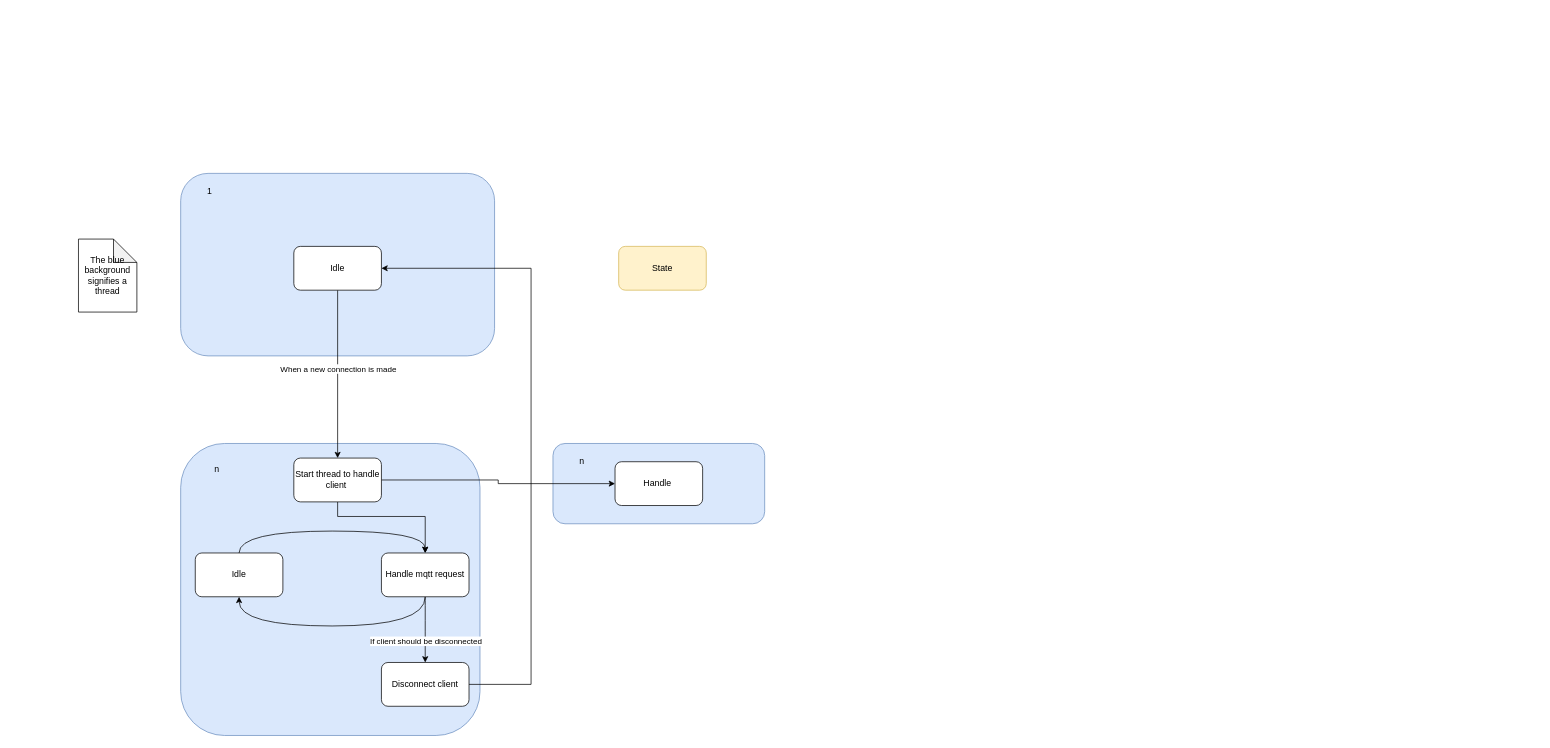
Above: Docs/StateDiagram.drawio in DanielVuust/mqtt_broker (draw.io), before the change. Source tidied: cells renumbered, new cells numbered last; positions are measured from the earlier drawing's top-left corner, leaving out a move shared by most shapes. Both pictures are drawn from the tidied source at 73%, with x=0, y=0 at pixel (78, 173).
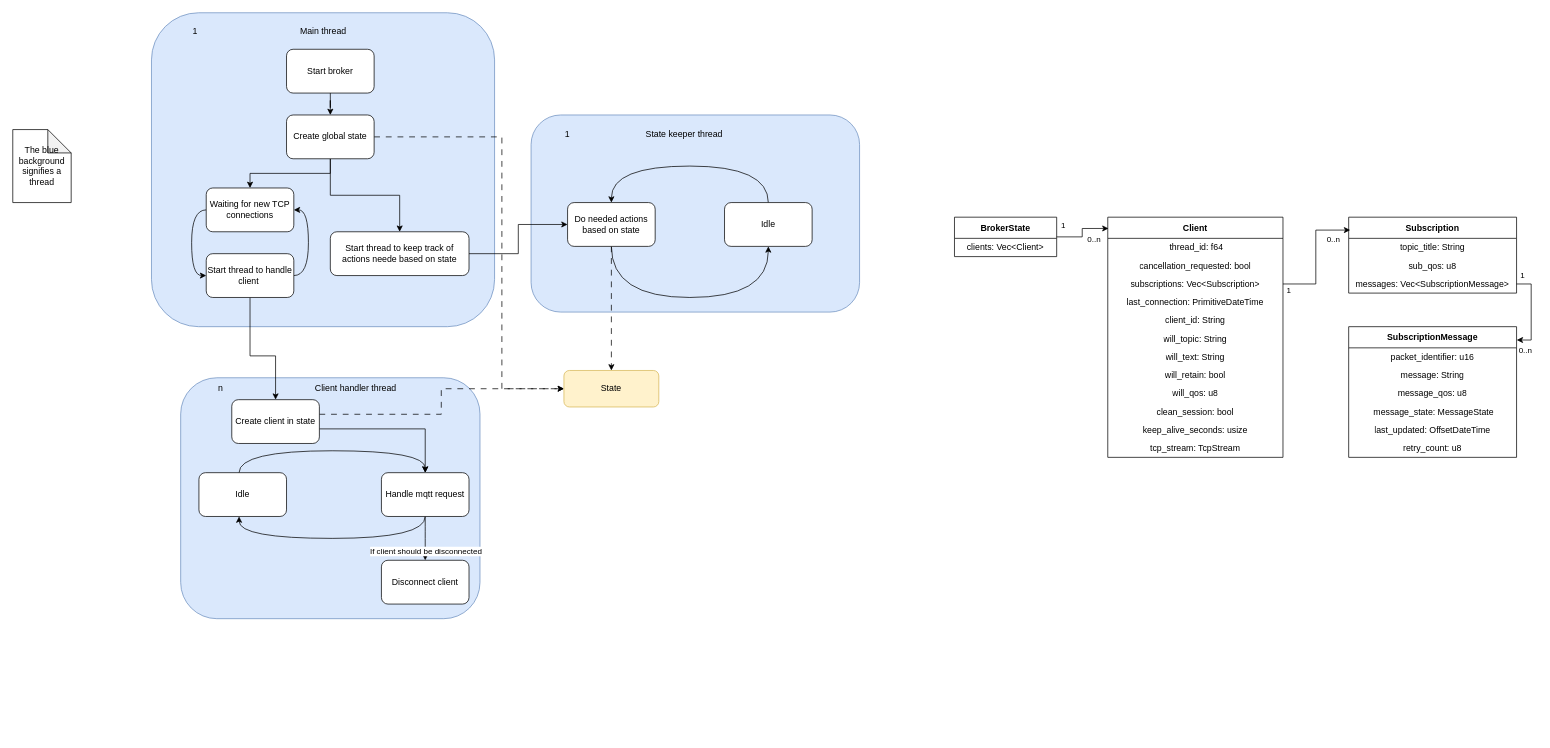
The same diagram, later.

Change to the diagram source:
```diff
@@
     <mxCell id="2" style="rounded=1;whiteSpace=wrap;html=1;fillColor=#dae8fc;strokeColor=#6c8ebf;" parent="1" vertex="1">
-      <mxGeometry x="140" width="430" height="250" as="geometry" />
+      <mxGeometry x="100" y="-220" width="470" height="430" as="geometry" />
     </mxCell>
     <mxCell id="3" style="rounded=1;whiteSpace=wrap;html=1;fillColor=#dae8fc;strokeColor=#6c8ebf;" parent="1" vertex="1">
-      <mxGeometry x="140" y="370" width="410" height="400" as="geometry" />
+      <mxGeometry x="140" y="280" width="410" height="330" as="geometry" />
     </mxCell>
-    <mxCell id="4" style="edgeStyle=orthogonalEdgeStyle;rounded=0;jettySize=auto;html=1;" parent="1" edge="1" source="6" target="19">
-      <mxGeometry relative="1" as="geometry">
-        <Array as="points">
-          <mxPoint x="355" y="130" />
-          <mxPoint x="356" y="130" />
-          <mxPoint x="356" y="160" />
-          <mxPoint x="355" y="160" />
-        </Array>
-      </mxGeometry>
+    <mxCell id="4" style="edgeStyle=orthogonalEdgeStyle;rounded=0;jettySize=auto;html=1;entryX=0;entryY=0.5;entryDx=0;entryDy=0;curved=1;exitX=0;exitY=0.5;exitDx=0;exitDy=0;" parent="1" edge="1" source="6" target="19">
+      <mxGeometry relative="1" as="geometry" />
     </mxCell>
-    <mxCell id="5" value="When a new connection is made" style="edgeLabel;html=1;align=center;verticalAlign=middle;" parent="4" vertex="1">
-      <mxGeometry x="-0.07" relative="1" as="geometry" />
-    </mxCell>
-    <mxCell id="6" value="Idle" style="rounded=1;whiteSpace=wrap;html=1;" parent="1" vertex="1">
-      <mxGeometry x="295" y="100" width="120" height="60" as="geometry" />
+    <mxCell id="6" value="Waiting for new TCP connections" style="rounded=1;whiteSpace=wrap;html=1;" parent="1" vertex="1">
+      <mxGeometry x="175" y="20" width="120" height="60" as="geometry" />
     </mxCell>
-    <mxCell id="7" value="State" style="rounded=1;whiteSpace=wrap;html=1;fillColor=#fff2cc;strokeColor=#d6b656;" parent="1" vertex="1">
-      <mxGeometry x="740" y="100" width="120" height="60" as="geometry" />
-    </mxCell>
     <mxCell id="8" style="rounded=1;whiteSpace=wrap;html=1;fillColor=#dae8fc;strokeColor=#6c8ebf;" parent="1" vertex="1">
-      <mxGeometry x="650" y="370" width="290" height="110" as="geometry" />
+      <mxGeometry x="620" y="-80" width="450" height="270" as="geometry" />
     </mxCell>
     <mxCell id="9" style="edgeStyle=orthogonalEdgeStyle;rounded=0;jettySize=auto;html=1;curved=1;" parent="1" edge="1" source="10" target="15">
       <mxGeometry relative="1" as="geometry">
         <Array as="points">
-          <mxPoint x="220" y="490" />
-          <mxPoint x="475" y="490" />
+          <mxPoint x="220" y="380" />
+          <mxPoint x="475" y="380" />
         </Array>
       </mxGeometry>
     </mxCell>
     <mxCell id="10" value="Idle" style="rounded=1;whiteSpace=wrap;html=1;" parent="1" vertex="1">
-      <mxGeometry x="160" y="520" width="120" height="60" as="geometry" />
+      <mxGeometry x="165" y="410" width="120" height="60" as="geometry" />
     </mxCell>
     <mxCell id="11" value="The blue background signifies a thread&lt;br&gt;" style="shape=note;whiteSpace=wrap;html=1;backgroundOutline=1;darkOpacity=0.05;size=32;" parent="1" vertex="1">
-      <mxGeometry y="90" width="80" height="100" as="geometry" />
+      <mxGeometry x="-90" y="-60" width="80" height="100" as="geometry" />
     </mxCell>
     <mxCell id="12" style="edgeStyle=orthogonalEdgeStyle;rounded=0;jettySize=auto;html=1;curved=1;" parent="1" edge="1" source="15" target="10">
       <mxGeometry relative="1" as="geometry">
         <Array as="points">
-          <mxPoint x="475" y="620" />
-          <mxPoint x="220" y="620" />
+          <mxPoint x="475" y="500" />
+          <mxPoint x="220" y="500" />
         </Array>
       </mxGeometry>
     </mxCell>
@@
     <mxCell id="15" value="Handle mqtt request" style="rounded=1;whiteSpace=wrap;html=1;" parent="1" vertex="1">
-      <mxGeometry x="415" y="520" width="120" height="60" as="geometry" />
+      <mxGeometry x="415" y="410" width="120" height="60" as="geometry" />
     </mxCell>
-    <mxCell id="16" value="Handle&amp;nbsp;" style="rounded=1;whiteSpace=wrap;html=1;" parent="1" vertex="1">
-      <mxGeometry x="735" y="395" width="120" height="60" as="geometry" />
-    </mxCell>
-    <mxCell id="17" style="edgeStyle=orthogonalEdgeStyle;rounded=0;jettySize=auto;html=1;" parent="1" edge="1" source="19" target="15">
-      <mxGeometry relative="1" as="geometry">
-        <Array as="points">
-          <mxPoint x="355" y="470" />
-          <mxPoint x="475" y="470" />
-        </Array>
-      </mxGeometry>
-    </mxCell>
-    <mxCell id="18" style="edgeStyle=orthogonalEdgeStyle;rounded=0;jettySize=auto;html=1;" parent="1" edge="1" source="19" target="16">
-      <mxGeometry relative="1" as="geometry" />
-    </mxCell>
+    <mxCell id="25" style="edgeStyle=orthogonalEdgeStyle;rounded=0;jettySize=auto;html=1;entryX=0.5;entryY=0;entryDx=0;entryDy=0;" parent="1" edge="1" source="19" target="39">
+      <mxGeometry relative="1" as="geometry">
+        <Array as="points">
+          <mxPoint x="235" y="250" />
+          <mxPoint x="270" y="250" />
+        </Array>
+      </mxGeometry>
+    </mxCell>
+    <mxCell id="26" style="edgeStyle=orthogonalEdgeStyle;rounded=0;jettySize=auto;html=1;entryX=1;entryY=0.5;entryDx=0;entryDy=0;curved=1;exitX=1;exitY=0.5;exitDx=0;exitDy=0;" parent="1" edge="1" source="19" target="6">
+      <mxGeometry relative="1" as="geometry" />
+    </mxCell>
     <mxCell id="19" value="Start thread to handle client&amp;nbsp;" style="rounded=1;whiteSpace=wrap;html=1;" parent="1" vertex="1">
-      <mxGeometry x="295" y="390" width="120" height="60" as="geometry" />
+      <mxGeometry x="175" y="110" width="120" height="60" as="geometry" />
     </mxCell>
-    <mxCell id="20" style="edgeStyle=orthogonalEdgeStyle;rounded=0;jettySize=auto;html=1;entryX=1;entryY=0.5;entryDx=0;entryDy=0;" parent="1" edge="1" source="21" target="6">
-      <mxGeometry relative="1" as="geometry">
-        <Array as="points">
-          <mxPoint x="620" y="700" />
-          <mxPoint x="620" y="130" />
-        </Array>
-      </mxGeometry>
-    </mxCell>
     <mxCell id="21" value="Disconnect client" style="rounded=1;whiteSpace=wrap;html=1;" parent="1" vertex="1">
-      <mxGeometry x="415" y="670" width="120" height="60" as="geometry" />
+      <mxGeometry x="415" y="530" width="120" height="60" as="geometry" />
     </mxCell>
     <mxCell id="22" value="1" style="text;html=1;strokeColor=none;fillColor=none;align=center;verticalAlign=middle;whiteSpace=wrap;rounded=0;" parent="1" vertex="1">
-      <mxGeometry x="150" y="10" width="60" height="30" as="geometry" />
+      <mxGeometry x="130" y="-210" width="60" height="30" as="geometry" />
     </mxCell>
     <mxCell id="23" value="n" style="text;html=1;strokeColor=none;fillColor=none;align=center;verticalAlign=middle;whiteSpace=wrap;rounded=0;" parent="1" vertex="1">
-      <mxGeometry x="160" y="390" width="60" height="30" as="geometry" />
+      <mxGeometry x="165" y="280" width="60" height="30" as="geometry" />
     </mxCell>
-    <mxCell id="24" value="n" style="text;html=1;strokeColor=none;fillColor=none;align=center;verticalAlign=middle;whiteSpace=wrap;rounded=0;" parent="1" vertex="1">
-      <mxGeometry x="660" y="380" width="60" height="30" as="geometry" />
-    </mxCell>
+    <mxCell id="27" style="edgeStyle=orthogonalEdgeStyle;rounded=0;jettySize=auto;html=1;" parent="1" edge="1" source="28" target="45">
+      <mxGeometry relative="1" as="geometry" />
+    </mxCell>
+    <mxCell id="28" value="Start broker" style="rounded=1;whiteSpace=wrap;html=1;" parent="1" vertex="1">
+      <mxGeometry x="285" y="-170" width="120" height="60" as="geometry" />
+    </mxCell>
+    <mxCell id="29" value="1" style="text;html=1;strokeColor=none;fillColor=none;align=center;verticalAlign=middle;whiteSpace=wrap;rounded=0;" parent="1" vertex="1">
+      <mxGeometry x="640" y="-69" width="60" height="30" as="geometry" />
+    </mxCell>
+    <mxCell id="30" style="edgeStyle=orthogonalEdgeStyle;rounded=0;jettySize=auto;html=1;entryX=0.5;entryY=1;entryDx=0;entryDy=0;curved=1;exitX=0.5;exitY=1;exitDx=0;exitDy=0;" parent="1" edge="1" source="32" target="34">
+      <mxGeometry relative="1" as="geometry">
+        <Array as="points">
+          <mxPoint x="730" y="170" />
+          <mxPoint x="945" y="170" />
+        </Array>
+      </mxGeometry>
+    </mxCell>
+    <mxCell id="31" style="edgeStyle=orthogonalEdgeStyle;rounded=0;jettySize=auto;html=1;dashed=1;dashPattern=8 8;" parent="1" edge="1" source="32" target="7">
+      <mxGeometry relative="1" as="geometry" />
+    </mxCell>
+    <mxCell id="32" value="Do needed actions based on state" style="rounded=1;whiteSpace=wrap;html=1;" parent="1" vertex="1">
+      <mxGeometry x="670" y="40" width="120" height="60" as="geometry" />
+    </mxCell>
+    <mxCell id="33" style="edgeStyle=orthogonalEdgeStyle;rounded=0;jettySize=auto;html=1;entryX=0.5;entryY=0;entryDx=0;entryDy=0;curved=1;exitX=0.5;exitY=0;exitDx=0;exitDy=0;" parent="1" edge="1" source="34" target="32">
+      <mxGeometry relative="1" as="geometry">
+        <Array as="points">
+          <mxPoint x="945" y="-10" />
+          <mxPoint x="730" y="-10" />
+        </Array>
+      </mxGeometry>
+    </mxCell>
+    <mxCell id="34" value="Idle" style="rounded=1;whiteSpace=wrap;html=1;" parent="1" vertex="1">
+      <mxGeometry x="885" y="40" width="120" height="60" as="geometry" />
+    </mxCell>
+    <mxCell id="35" style="edgeStyle=orthogonalEdgeStyle;rounded=0;jettySize=auto;html=1;" parent="1" edge="1" source="36" target="32">
+      <mxGeometry relative="1" as="geometry" />
+    </mxCell>
+    <mxCell id="36" value="Start thread to keep track of actions neede based on state" style="rounded=1;whiteSpace=wrap;html=1;" parent="1" vertex="1">
+      <mxGeometry x="345" y="80" width="190" height="60" as="geometry" />
+    </mxCell>
+    <mxCell id="37" style="edgeStyle=orthogonalEdgeStyle;rounded=0;jettySize=auto;html=1;dashed=1;dashPattern=8 8;" parent="1" edge="1" source="39" target="7">
+      <mxGeometry relative="1" as="geometry">
+        <Array as="points">
+          <mxPoint x="497" y="330" />
+          <mxPoint x="497" y="295" />
+        </Array>
+      </mxGeometry>
+    </mxCell>
+    <mxCell id="38" style="edgeStyle=orthogonalEdgeStyle;rounded=0;jettySize=auto;html=1;" parent="1" edge="1" source="39" target="15">
+      <mxGeometry relative="1" as="geometry">
+        <Array as="points">
+          <mxPoint x="475" y="350" />
+        </Array>
+      </mxGeometry>
+    </mxCell>
+    <mxCell id="39" value="Create client in state" style="rounded=1;whiteSpace=wrap;html=1;" parent="1" vertex="1">
+      <mxGeometry x="210" y="310" width="120" height="60" as="geometry" />
+    </mxCell>
+    <mxCell id="40" value="Main thread" style="text;html=1;strokeColor=none;fillColor=none;align=center;verticalAlign=middle;whiteSpace=wrap;rounded=0;" parent="1" vertex="1">
+      <mxGeometry x="267.5" y="-210" width="135" height="30" as="geometry" />
+    </mxCell>
+    <mxCell id="41" value="State keeper thread" style="text;html=1;strokeColor=none;fillColor=none;align=center;verticalAlign=middle;whiteSpace=wrap;rounded=0;" parent="1" vertex="1">
+      <mxGeometry x="760" y="-69" width="140" height="30" as="geometry" />
+    </mxCell>
+    <mxCell id="7" value="State" style="rounded=1;whiteSpace=wrap;html=1;fillColor=#fff2cc;strokeColor=#d6b656;" parent="1" vertex="1">
+      <mxGeometry x="665" y="270" width="130" height="50" as="geometry" />
+    </mxCell>
+    <mxCell id="42" style="edgeStyle=orthogonalEdgeStyle;rounded=0;jettySize=auto;html=1;" parent="1" edge="1" source="45" target="6">
+      <mxGeometry relative="1" as="geometry" />
+    </mxCell>
+    <mxCell id="43" style="edgeStyle=orthogonalEdgeStyle;rounded=0;jettySize=auto;html=1;" parent="1" edge="1" source="45" target="36">
+      <mxGeometry relative="1" as="geometry" />
+    </mxCell>
+    <mxCell id="44" style="edgeStyle=orthogonalEdgeStyle;rounded=0;jettySize=auto;html=1;dashed=1;dashPattern=8 8;" parent="1" edge="1" source="45" target="7">
+      <mxGeometry relative="1" as="geometry">
+        <Array as="points">
+          <mxPoint x="580" y="-50" />
+          <mxPoint x="580" y="295" />
+        </Array>
+      </mxGeometry>
+    </mxCell>
+    <mxCell id="45" value="Create global state" style="rounded=1;whiteSpace=wrap;html=1;" parent="1" vertex="1">
+      <mxGeometry x="285" y="-80" width="120" height="60" as="geometry" />
+    </mxCell>
+    <mxCell id="46" value="Client handler thread" style="text;html=1;strokeColor=none;fillColor=none;align=center;verticalAlign=middle;whiteSpace=wrap;rounded=0;" parent="1" vertex="1">
+      <mxGeometry x="320" y="280" width="120" height="30" as="geometry" />
+    </mxCell>
+    <mxCell id="47" value="BrokerState" style="swimlane;fontStyle=1;align=center;verticalAlign=middle;horizontal=1;startSize=29;html=1;whiteSpace=wrap;" parent="1" vertex="1">
+      <mxGeometry x="1200" y="60" width="140" height="54" as="geometry" />
+    </mxCell>
+    <mxCell id="48" value="clients: Vec&amp;lt;Client&amp;gt;" style="text;html=1;strokeColor=none;fillColor=none;align=center;verticalAlign=middle;spacingLeft=4;spacingRight=4;overflow=hidden;whiteSpace=wrap;" parent="47" vertex="1">
+      <mxGeometry y="29" width="140" height="25" as="geometry" />
+    </mxCell>
+    <mxCell id="49" value="Client" style="swimlane;fontStyle=1;align=center;verticalAlign=middle;horizontal=1;startSize=29;html=1;whiteSpace=wrap;" parent="1" vertex="1">
+      <mxGeometry x="1410" y="60" width="240" height="329" as="geometry" />
+    </mxCell>
+    <mxCell id="50" value="&amp;nbsp;thread_id: f64" style="text;html=1;strokeColor=none;fillColor=none;align=center;verticalAlign=middle;spacingLeft=4;spacingRight=4;overflow=hidden;whiteSpace=wrap;" parent="49" vertex="1">
+      <mxGeometry y="29" width="240" height="25" as="geometry" />
+    </mxCell>
+    <mxCell id="51" value="cancellation_requested: bool" style="text;html=1;strokeColor=none;fillColor=none;align=center;verticalAlign=middle;spacingLeft=4;spacingRight=4;overflow=hidden;whiteSpace=wrap;" parent="49" vertex="1">
+      <mxGeometry y="54" width="240" height="25" as="geometry" />
+    </mxCell>
+    <mxCell id="52" value="subscriptions: Vec&amp;lt;Subscription&amp;gt;" style="text;html=1;strokeColor=none;fillColor=none;align=center;verticalAlign=middle;spacingLeft=4;spacingRight=4;overflow=hidden;points=[[0,0.5],[1,0.5]];portConstraint=eastwest;whiteSpace=wrap;" parent="49" vertex="1">
+      <mxGeometry y="79" width="240" height="25" as="geometry" />
+    </mxCell>
+    <mxCell id="53" value="last_connection: PrimitiveDateTime" style="text;html=1;strokeColor=none;fillColor=none;align=center;verticalAlign=middle;spacingLeft=4;spacingRight=4;overflow=hidden;whiteSpace=wrap;" parent="49" vertex="1">
+      <mxGeometry y="104" width="240" height="25" as="geometry" />
+    </mxCell>
+    <mxCell id="54" value="client_id: String" style="text;html=1;strokeColor=none;fillColor=none;align=center;verticalAlign=middle;spacingLeft=4;spacingRight=4;overflow=hidden;whiteSpace=wrap;" parent="49" vertex="1">
+      <mxGeometry y="129" width="240" height="25" as="geometry" />
+    </mxCell>
+    <mxCell id="55" value="will_topic: String" style="text;html=1;strokeColor=none;fillColor=none;align=center;verticalAlign=middle;spacingLeft=4;spacingRight=4;overflow=hidden;whiteSpace=wrap;" parent="49" vertex="1">
+      <mxGeometry y="154" width="240" height="25" as="geometry" />
+    </mxCell>
+    <mxCell id="56" value="will_text: String" style="text;html=1;strokeColor=none;fillColor=none;align=center;verticalAlign=middle;spacingLeft=4;spacingRight=4;overflow=hidden;whiteSpace=wrap;" parent="49" vertex="1">
+      <mxGeometry y="179" width="240" height="25" as="geometry" />
+    </mxCell>
+    <mxCell id="57" value="will_retain: bool" style="text;html=1;strokeColor=none;fillColor=none;align=center;verticalAlign=middle;spacingLeft=4;spacingRight=4;overflow=hidden;whiteSpace=wrap;" parent="49" vertex="1">
+      <mxGeometry y="204" width="240" height="25" as="geometry" />
+    </mxCell>
+    <mxCell id="58" value="will_qos: u8" style="text;html=1;strokeColor=none;fillColor=none;align=center;verticalAlign=middle;spacingLeft=4;spacingRight=4;overflow=hidden;whiteSpace=wrap;" parent="49" vertex="1">
+      <mxGeometry y="229" width="240" height="25" as="geometry" />
+    </mxCell>
+    <mxCell id="59" value="clean_session: bool" style="text;html=1;strokeColor=none;fillColor=none;align=center;verticalAlign=middle;spacingLeft=4;spacingRight=4;overflow=hidden;whiteSpace=wrap;" parent="49" vertex="1">
+      <mxGeometry y="254" width="240" height="25" as="geometry" />
+    </mxCell>
+    <mxCell id="60" value="keep_alive_seconds: usize" style="text;html=1;strokeColor=none;fillColor=none;align=center;verticalAlign=middle;spacingLeft=4;spacingRight=4;overflow=hidden;whiteSpace=wrap;" parent="49" vertex="1">
+      <mxGeometry y="279" width="240" height="25" as="geometry" />
+    </mxCell>
+    <mxCell id="61" value="tcp_stream: TcpStream" style="text;html=1;strokeColor=none;fillColor=none;align=center;verticalAlign=middle;spacingLeft=4;spacingRight=4;overflow=hidden;whiteSpace=wrap;" parent="49" vertex="1">
+      <mxGeometry y="304" width="240" height="25" as="geometry" />
+    </mxCell>
+    <mxCell id="62" style="edgeStyle=orthogonalEdgeStyle;rounded=0;jettySize=auto;html=1;entryX=0.004;entryY=0.047;entryDx=0;entryDy=0;entryPerimeter=0;" parent="1" edge="1" source="47" target="49">
+      <mxGeometry relative="1" as="geometry" />
+    </mxCell>
+    <mxCell id="63" value="1" style="edgeLabel;html=1;align=center;verticalAlign=middle;" parent="62" vertex="1">
+      <mxGeometry x="-0.8" relative="1" as="geometry">
+        <mxPoint y="-17" as="offset" />
+      </mxGeometry>
+    </mxCell>
+    <mxCell id="64" value="0..n" style="edgeLabel;html=1;align=center;verticalAlign=middle;" parent="62" vertex="1">
+      <mxGeometry x="0.76" y="-1" relative="1" as="geometry">
+        <mxPoint x="-11" y="14" as="offset" />
+      </mxGeometry>
+    </mxCell>
+    <mxCell id="65" value="Subscription" style="swimlane;fontStyle=1;align=center;verticalAlign=middle;horizontal=1;startSize=29;html=1;whiteSpace=wrap;" parent="1" vertex="1">
+      <mxGeometry x="1740" y="60" width="230" height="104" as="geometry" />
+    </mxCell>
+    <mxCell id="66" value="topic_title: String" style="text;html=1;strokeColor=none;fillColor=none;align=center;verticalAlign=middle;spacingLeft=4;spacingRight=4;overflow=hidden;whiteSpace=wrap;" parent="65" vertex="1">
+      <mxGeometry y="29" width="230" height="25" as="geometry" />
+    </mxCell>
+    <mxCell id="67" value="sub_qos: u8" style="text;html=1;strokeColor=none;fillColor=none;align=center;verticalAlign=middle;spacingLeft=4;spacingRight=4;overflow=hidden;whiteSpace=wrap;" parent="65" vertex="1">
+      <mxGeometry y="54" width="230" height="25" as="geometry" />
+    </mxCell>
+    <mxCell id="68" value="messages: Vec&amp;lt;SubscriptionMessage&amp;gt;" style="text;html=1;strokeColor=none;fillColor=none;align=center;verticalAlign=middle;spacingLeft=4;spacingRight=4;overflow=hidden;points=[[0,0.5],[1,0.5]];portConstraint=eastwest;whiteSpace=wrap;" parent="65" vertex="1">
+      <mxGeometry y="79" width="230" height="25" as="geometry" />
+    </mxCell>
+    <mxCell id="69" value="SubscriptionMessage" style="swimlane;fontStyle=1;align=center;verticalAlign=middle;horizontal=1;startSize=29;html=1;whiteSpace=wrap;" parent="1" vertex="1">
+      <mxGeometry x="1740" y="210" width="230" height="179" as="geometry" />
+    </mxCell>
+    <mxCell id="70" value="packet_identifier: u16" style="text;html=1;strokeColor=none;fillColor=none;align=center;verticalAlign=middle;spacingLeft=4;spacingRight=4;overflow=hidden;whiteSpace=wrap;" parent="69" vertex="1">
+      <mxGeometry y="29" width="230" height="25" as="geometry" />
+    </mxCell>
+    <mxCell id="71" value="message: String" style="text;html=1;strokeColor=none;fillColor=none;align=center;verticalAlign=middle;spacingLeft=4;spacingRight=4;overflow=hidden;whiteSpace=wrap;" parent="69" vertex="1">
+      <mxGeometry y="54" width="230" height="25" as="geometry" />
+    </mxCell>
+    <mxCell id="72" value="message_qos: u8" style="text;html=1;strokeColor=none;fillColor=none;align=center;verticalAlign=middle;spacingLeft=4;spacingRight=4;overflow=hidden;whiteSpace=wrap;" parent="69" vertex="1">
+      <mxGeometry y="79" width="230" height="25" as="geometry" />
+    </mxCell>
+    <mxCell id="73" value="&amp;nbsp;message_state: MessageState" style="text;html=1;strokeColor=none;fillColor=none;align=center;verticalAlign=middle;spacingLeft=4;spacingRight=4;overflow=hidden;whiteSpace=wrap;" parent="69" vertex="1">
+      <mxGeometry y="104" width="230" height="25" as="geometry" />
+    </mxCell>
+    <mxCell id="74" value="last_updated: OffsetDateTime" style="text;html=1;strokeColor=none;fillColor=none;align=center;verticalAlign=middle;spacingLeft=4;spacingRight=4;overflow=hidden;whiteSpace=wrap;" parent="69" vertex="1">
+      <mxGeometry y="129" width="230" height="25" as="geometry" />
+    </mxCell>
+    <mxCell id="75" value="retry_count: u8" style="text;html=1;strokeColor=none;fillColor=none;align=center;verticalAlign=middle;spacingLeft=4;spacingRight=4;overflow=hidden;whiteSpace=wrap;" parent="69" vertex="1">
+      <mxGeometry y="154" width="230" height="25" as="geometry" />
+    </mxCell>
+    <mxCell id="76" style="edgeStyle=orthogonalEdgeStyle;rounded=0;jettySize=auto;html=1;entryX=0.009;entryY=0.17;entryDx=0;entryDy=0;entryPerimeter=0;" parent="1" edge="1" source="52" target="65">
+      <mxGeometry relative="1" as="geometry" />
+    </mxCell>
+    <mxCell id="77" value="1" style="edgeLabel;html=1;align=center;verticalAlign=middle;" parent="76" vertex="1">
+      <mxGeometry x="-0.92" y="-1" relative="1" as="geometry">
+        <mxPoint y="7" as="offset" />
+      </mxGeometry>
+    </mxCell>
+    <mxCell id="78" value="0..n" style="edgeLabel;html=1;align=center;verticalAlign=middle;" parent="76" vertex="1">
+      <mxGeometry x="0.87" y="1" relative="1" as="geometry">
+        <mxPoint x="-13" y="13" as="offset" />
+      </mxGeometry>
+    </mxCell>
+    <mxCell id="79" style="edgeStyle=orthogonalEdgeStyle;rounded=0;jettySize=auto;html=1;entryX=1.001;entryY=0.102;entryDx=0;entryDy=0;entryPerimeter=0;exitX=1;exitY=0.5;exitDx=0;exitDy=0;" parent="1" edge="1" source="68" target="69">
+      <mxGeometry relative="1" as="geometry" />
+    </mxCell>
+    <mxCell id="80" value="1" style="edgeLabel;html=1;align=center;verticalAlign=middle;" parent="79" vertex="1">
+      <mxGeometry x="-0.88" relative="1" as="geometry">
+        <mxPoint y="-12" as="offset" />
+      </mxGeometry>
+    </mxCell>
+    <mxCell id="81" value="0..n" style="edgeLabel;html=1;align=center;verticalAlign=middle;" parent="79" vertex="1">
+      <mxGeometry x="0.8" relative="1" as="geometry">
+        <mxPoint y="14" as="offset" />
+      </mxGeometry>
+    </mxCell>
```
